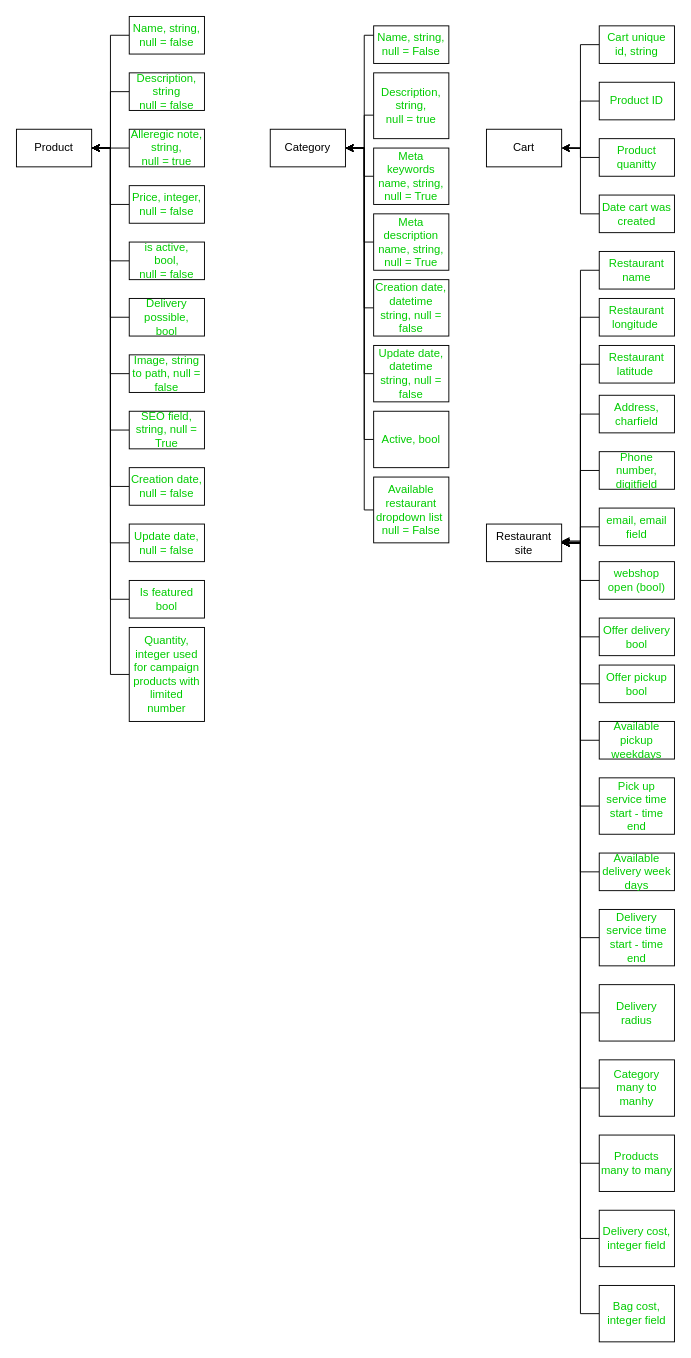
JianDk/HD_website keeps this draw.io diagram as Untitled Diagram.drawio. Above is the earlier version. Source tidied: cells renumbered, new cells numbered last; positions are measured from the earlier drawing's top-left corner, leaving out a move shared by most shapes. Both pictures are drawn from the tidied source at 94%, with x=0, y=0 at pixel (16, 16).
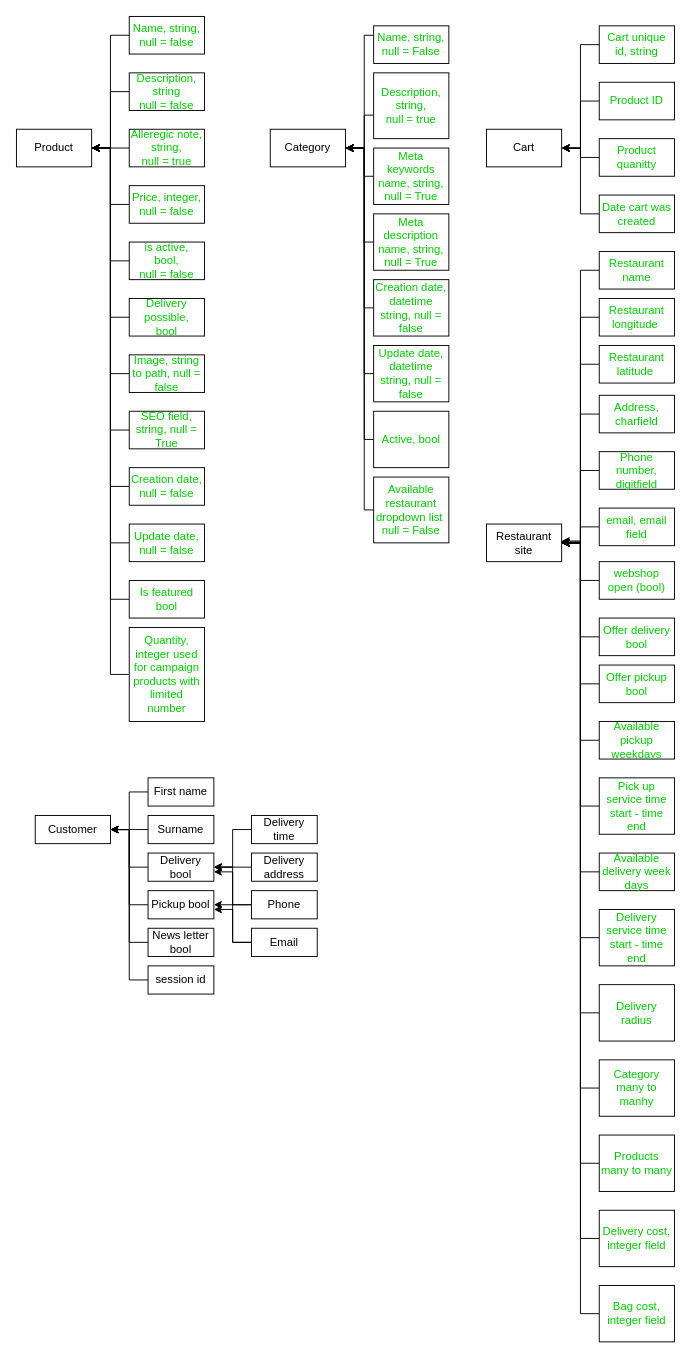
After the change.

What changed in the source:
```diff
@@
+    <mxCell id="90" value="Customer" style="rounded=0;whiteSpace=wrap;html=1;" parent="1" vertex="1">
+      <mxGeometry x="20" y="850" width="80" height="30" as="geometry" />
+    </mxCell>
+    <mxCell id="91" style="edgeStyle=orthogonalEdgeStyle;rounded=0;jettySize=auto;html=1;entryX=1;entryY=0.5;entryDx=0;entryDy=0;" parent="1" edge="1" source="92" target="90">
+      <mxGeometry relative="1" as="geometry" />
+    </mxCell>
+    <mxCell id="92" value="First name" style="rounded=0;whiteSpace=wrap;html=1;" parent="1" vertex="1">
+      <mxGeometry x="140" y="810" width="70" height="30" as="geometry" />
+    </mxCell>
+    <mxCell id="93" style="edgeStyle=orthogonalEdgeStyle;rounded=0;jettySize=auto;html=1;" parent="1" edge="1" source="94">
+      <mxGeometry relative="1" as="geometry">
+        <mxPoint x="100" y="865" as="targetPoint" />
+      </mxGeometry>
+    </mxCell>
+    <mxCell id="94" value="Surname" style="rounded=0;whiteSpace=wrap;html=1;" parent="1" vertex="1">
+      <mxGeometry x="140" y="850" width="70" height="30" as="geometry" />
+    </mxCell>
+    <mxCell id="95" style="edgeStyle=orthogonalEdgeStyle;rounded=0;jettySize=auto;html=1;entryX=1;entryY=0.5;entryDx=0;entryDy=0;" parent="1" edge="1" source="96" target="90">
+      <mxGeometry relative="1" as="geometry" />
+    </mxCell>
+    <mxCell id="96" value="Delivery&lt;br&gt;bool" style="rounded=0;whiteSpace=wrap;html=1;" parent="1" vertex="1">
+      <mxGeometry x="140" y="890" width="70" height="30" as="geometry" />
+    </mxCell>
+    <mxCell id="97" style="edgeStyle=orthogonalEdgeStyle;rounded=0;jettySize=auto;html=1;entryX=1;entryY=0.5;entryDx=0;entryDy=0;" parent="1" edge="1" source="98" target="90">
+      <mxGeometry relative="1" as="geometry" />
+    </mxCell>
+    <mxCell id="98" value="Pickup bool" style="rounded=0;whiteSpace=wrap;html=1;" parent="1" vertex="1">
+      <mxGeometry x="140" y="930" width="70" height="30" as="geometry" />
+    </mxCell>
+    <mxCell id="99" style="edgeStyle=orthogonalEdgeStyle;rounded=0;jettySize=auto;html=1;entryX=1;entryY=0.5;entryDx=0;entryDy=0;" parent="1" edge="1" source="100" target="96">
+      <mxGeometry relative="1" as="geometry" />
+    </mxCell>
+    <mxCell id="100" value="Delivery time" style="rounded=0;whiteSpace=wrap;html=1;" parent="1" vertex="1">
+      <mxGeometry x="250" y="850" width="70" height="30" as="geometry" />
+    </mxCell>
+    <mxCell id="101" style="edgeStyle=orthogonalEdgeStyle;rounded=0;jettySize=auto;html=1;entryX=1;entryY=0.5;entryDx=0;entryDy=0;" parent="1" edge="1" source="102" target="96">
+      <mxGeometry relative="1" as="geometry" />
+    </mxCell>
+    <mxCell id="102" value="Delivery address" style="rounded=0;whiteSpace=wrap;html=1;" parent="1" vertex="1">
+      <mxGeometry x="250" y="890" width="70" height="30" as="geometry" />
+    </mxCell>
+    <mxCell id="103" style="edgeStyle=orthogonalEdgeStyle;rounded=0;jettySize=auto;html=1;" parent="1" edge="1" source="105" target="98">
+      <mxGeometry relative="1" as="geometry" />
+    </mxCell>
+    <mxCell id="104" style="edgeStyle=orthogonalEdgeStyle;rounded=0;jettySize=auto;html=1;entryX=1;entryY=0.5;entryDx=0;entryDy=0;" parent="1" edge="1" source="105" target="96">
+      <mxGeometry relative="1" as="geometry" />
+    </mxCell>
+    <mxCell id="105" value="Phone" style="rounded=0;whiteSpace=wrap;html=1;" parent="1" vertex="1">
+      <mxGeometry x="250" y="930" width="70" height="30" as="geometry" />
+    </mxCell>
+    <mxCell id="106" style="edgeStyle=orthogonalEdgeStyle;rounded=0;jettySize=auto;html=1;entryX=1;entryY=0.667;entryDx=0;entryDy=0;entryPerimeter=0;" parent="1" edge="1" source="108" target="98">
+      <mxGeometry relative="1" as="geometry" />
+    </mxCell>
+    <mxCell id="107" style="edgeStyle=orthogonalEdgeStyle;rounded=0;jettySize=auto;html=1;entryX=1;entryY=0.667;entryDx=0;entryDy=0;entryPerimeter=0;" parent="1" edge="1" source="108" target="96">
+      <mxGeometry relative="1" as="geometry" />
+    </mxCell>
+    <mxCell id="108" value="Email" style="rounded=0;whiteSpace=wrap;html=1;" parent="1" vertex="1">
+      <mxGeometry x="250" y="970" width="70" height="30" as="geometry" />
+    </mxCell>
+    <mxCell id="109" style="edgeStyle=orthogonalEdgeStyle;rounded=0;jettySize=auto;html=1;entryX=1;entryY=0.5;entryDx=0;entryDy=0;" parent="1" edge="1" source="110" target="90">
+      <mxGeometry relative="1" as="geometry" />
+    </mxCell>
+    <mxCell id="110" value="News letter&lt;br&gt;bool" style="rounded=0;whiteSpace=wrap;html=1;" parent="1" vertex="1">
+      <mxGeometry x="140" y="970" width="70" height="30" as="geometry" />
+    </mxCell>
+    <mxCell id="111" style="edgeStyle=orthogonalEdgeStyle;rounded=0;jettySize=auto;html=1;entryX=1;entryY=0.5;entryDx=0;entryDy=0;" parent="1" edge="1" source="112" target="90">
+      <mxGeometry relative="1" as="geometry" />
+    </mxCell>
+    <mxCell id="112" value="session id" style="rounded=0;whiteSpace=wrap;html=1;" parent="1" vertex="1">
+      <mxGeometry x="140" y="1010" width="70" height="30" as="geometry" />
+    </mxCell>
```
